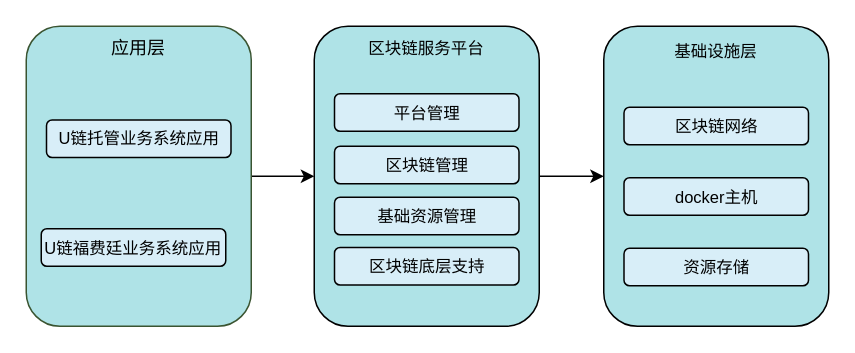
Above: repository/drawio/postb/系统定位和范围.drawio in dilide/collections (draw.io), before the change. Source tidied: cells renumbered, new cells numbered last; positions are measured from the earlier drawing's top-left corner, leaving out a move shared by most shapes. Both pictures are drawn from the tidied source at 150%, with x=0, y=0 at pixel (26, 26).
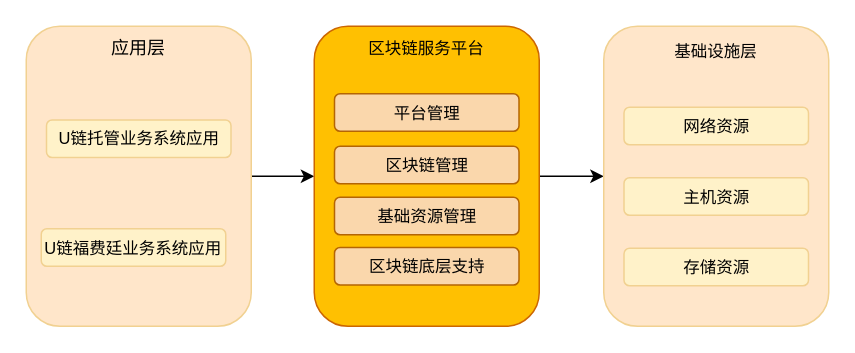
After the change.

Commit message:
Update 系统定位和范围.drawio

The edit, as a diff of the source:
```diff
@@
 <mxGraphModel>
   <root>
     <mxCell id="0" />
     <mxCell id="1" parent="0" />
     <mxCell id="2" style="edgeStyle=orthogonalEdgeStyle;rounded=0;jettySize=auto;html=1;fontSize=11;" parent="1" edge="1" source="3" target="14">
       <mxGeometry relative="1" as="geometry" />
     </mxCell>
-    <mxCell id="3" style="rounded=1;whiteSpace=wrap;html=1;fillColor=#AFE3E7;strokeColor=#3A5431;fontColor=#ffffff;" parent="1" vertex="1">
+    <mxCell id="3" style="rounded=1;whiteSpace=wrap;html=1;fillColor=#FFE6CA;strokeColor=#F1D191;fontColor=#ffffff;" parent="1" vertex="1">
       <mxGeometry width="150" height="200" as="geometry" />
     </mxCell>
     <mxCell id="4" value="应用层" style="rounded=0;whiteSpace=wrap;html=1;fillColor=none;strokeColor=none;" parent="1" vertex="1">
       <mxGeometry x="15" width="120" height="30" as="geometry" />
     </mxCell>
-    <mxCell id="5" value="U链托管业务系统应用" style="rounded=1;whiteSpace=wrap;html=1;fillColor=#D8EEF8;fontSize=11;strokeWidth=1;" parent="1" vertex="1">
+    <mxCell id="5" value="U链托管业务系统应用" style="rounded=1;whiteSpace=wrap;html=1;fillColor=#FFF2C9;fontSize=11;strokeWidth=1;strokeColor=#F1D191;" parent="1" vertex="1">
       <mxGeometry x="13.5" y="62.5" width="123" height="25" as="geometry" />
     </mxCell>
-    <mxCell id="6" value="U链福费廷业务系统应用" style="rounded=1;whiteSpace=wrap;html=1;fillColor=#D8EEF8;fontSize=11;" parent="1" vertex="1">
+    <mxCell id="6" value="U链福费廷业务系统应用" style="rounded=1;whiteSpace=wrap;html=1;fillColor=#FFF2C9;fontSize=11;strokeColor=#F1D191;" parent="1" vertex="1">
       <mxGeometry x="10" y="135" width="123" height="25" as="geometry" />
     </mxCell>
-    <mxCell id="7" style="edgeStyle=orthogonalEdgeStyle;rounded=0;jettySize=auto;html=1;exitX=1;exitY=0.5;exitDx=0;exitDy=0;entryX=0;entryY=0.5;entryDx=0;entryDy=0;fontSize=11;" parent="1" edge="1" source="14" target="9">
-      <mxGeometry relative="1" as="geometry" />
+    <mxCell id="7" style="edgeStyle=orthogonalEdgeStyle;rounded=0;jettySize=auto;html=1;exitX=1;exitY=0.5;exitDx=0;exitDy=0;entryX=0;entryY=0.5;entryDx=0;entryDy=0;fontSize=11;" parent="1" edge="1" source="14">
+      <mxGeometry relative="1" as="geometry">
+        <mxPoint x="385" y="100" as="targetPoint" />
+      </mxGeometry>
     </mxCell>
-    <mxCell id="8" style="group;" parent="1" vertex="1">
+    <mxCell id="8" style="group;fillColor=#FFE6CA;rounded=1;strokeColor=#F1D191;" parent="1" vertex="1">
       <mxGeometry x="385" width="150" height="200" as="geometry" />
     </mxCell>
-    <mxCell id="9" style="rounded=1;whiteSpace=wrap;html=1;fillColor=#AFE3E7;" parent="8" vertex="1">
-      <mxGeometry width="150" height="200" as="geometry" />
-    </mxCell>
     <mxCell id="10" value="基础设施层" style="rounded=0;whiteSpace=wrap;html=1;fillColor=none;fontSize=11;strokeColor=none;" parent="8" vertex="1">
       <mxGeometry x="20" y="2" width="110" height="30" as="geometry" />
     </mxCell>
-    <mxCell id="11" value="区块链网络" style="rounded=1;whiteSpace=wrap;html=1;fillColor=#D8EEF8;fontSize=11;" parent="8" vertex="1">
+    <mxCell id="11" value="网络资源" style="rounded=1;whiteSpace=wrap;html=1;fillColor=#FFF2C9;fontSize=11;strokeColor=#F1D191;" parent="8" vertex="1">
       <mxGeometry x="13.5" y="54" width="123" height="25" as="geometry" />
     </mxCell>
-    <mxCell id="12" value="docker主机" style="rounded=1;whiteSpace=wrap;html=1;fillColor=#D8EEF8;fontSize=11;" parent="8" vertex="1">
+    <mxCell id="12" value="主机资源" style="rounded=1;whiteSpace=wrap;html=1;fillColor=#FFF2C9;fontSize=11;strokeColor=#F1D191;" parent="8" vertex="1">
       <mxGeometry x="13.5" y="101" width="123" height="25" as="geometry" />
     </mxCell>
-    <mxCell id="13" value="资源存储" style="rounded=1;whiteSpace=wrap;html=1;fillColor=#D8EEF8;fontSize=11;" parent="8" vertex="1">
+    <mxCell id="13" value="存储资源" style="rounded=1;whiteSpace=wrap;html=1;fillColor=#FFF2C9;fontSize=11;strokeColor=#F1D191;" parent="8" vertex="1">
       <mxGeometry x="13.5" y="148" width="123" height="25" as="geometry" />
     </mxCell>
-    <mxCell id="14" style="rounded=1;whiteSpace=wrap;html=1;fillColor=#AFE3E7;" parent="1" vertex="1">
+    <mxCell id="14" style="rounded=1;whiteSpace=wrap;html=1;fillColor=#FFC001;strokeColor=#CC6600;" parent="1" vertex="1">
       <mxGeometry x="192" width="150" height="200" as="geometry" />
     </mxCell>
     <mxCell id="15" value="区块链服务平台" style="rounded=0;whiteSpace=wrap;html=1;fillColor=none;fontSize=11;strokeColor=none;" parent="1" vertex="1">
       <mxGeometry x="212" width="110" height="30" as="geometry" />
     </mxCell>
-    <mxCell id="16" value="平台管理" style="rounded=1;whiteSpace=wrap;html=1;fillColor=#D8EEF8;fontSize=11;glass=0;" parent="1" vertex="1">
+    <mxCell id="16" value="平台管理" style="rounded=1;whiteSpace=wrap;html=1;fillColor=#fad7ac;fontSize=11;glass=0;strokeColor=#b46504;" parent="1" vertex="1">
       <mxGeometry x="205.5" y="45" width="123" height="25" as="geometry" />
     </mxCell>
-    <mxCell id="17" value="区块链管理" style="rounded=1;whiteSpace=wrap;html=1;fillColor=#D8EEF8;fontSize=11;glass=0;" parent="1" vertex="1">
+    <mxCell id="17" value="区块链管理" style="rounded=1;whiteSpace=wrap;html=1;fillColor=#fad7ac;fontSize=11;glass=0;strokeColor=#b46504;" parent="1" vertex="1">
       <mxGeometry x="205.5" y="80" width="123" height="25" as="geometry" />
     </mxCell>
-    <mxCell id="18" value="基础资源管理" style="rounded=1;whiteSpace=wrap;html=1;fillColor=#D8EEF8;fontSize=11;glass=0;" parent="1" vertex="1">
+    <mxCell id="18" value="基础资源管理" style="rounded=1;whiteSpace=wrap;html=1;fillColor=#fad7ac;fontSize=11;glass=0;strokeColor=#b46504;" parent="1" vertex="1">
       <mxGeometry x="205.5" y="114" width="123" height="25" as="geometry" />
     </mxCell>
-    <mxCell id="19" value="区块链底层支持" style="rounded=1;whiteSpace=wrap;html=1;fillColor=#D8EEF8;fontSize=11;glass=0;" parent="1" vertex="1">
+    <mxCell id="19" value="区块链底层支持" style="rounded=1;whiteSpace=wrap;html=1;fillColor=#fad7ac;fontSize=11;glass=0;strokeColor=#b46504;" parent="1" vertex="1">
       <mxGeometry x="205.5" y="147.5" width="123" height="25" as="geometry" />
     </mxCell>
   </root>
 </mxGraphModel>
```
